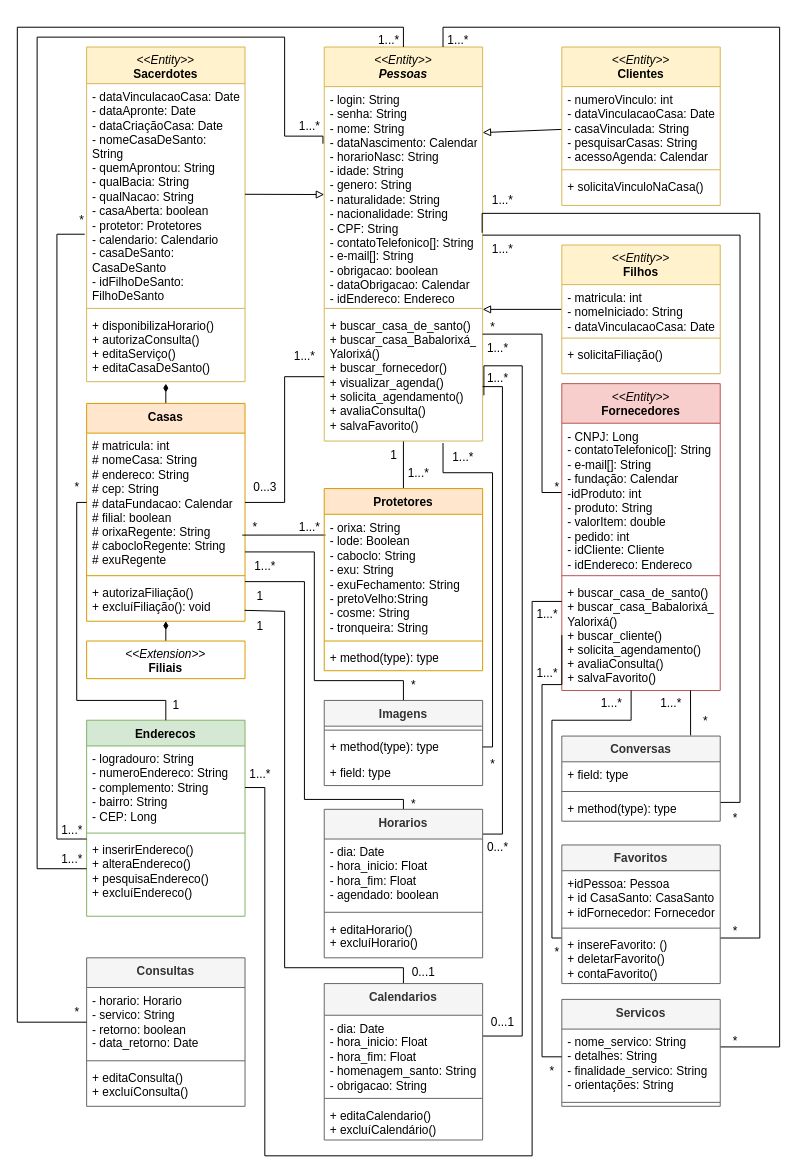
Earlier version of the draw.io diagram DiagramaDeClasseSarava.drawio (AlexCarvalhovisk/sarava). Source tidied: cells renumbered, new cells numbered last; positions are measured from the earlier drawing's top-left corner, leaving out a move shared by most shapes. Both pictures are drawn from the tidied source at 99%, with x=0, y=0 at pixel (17, 25).
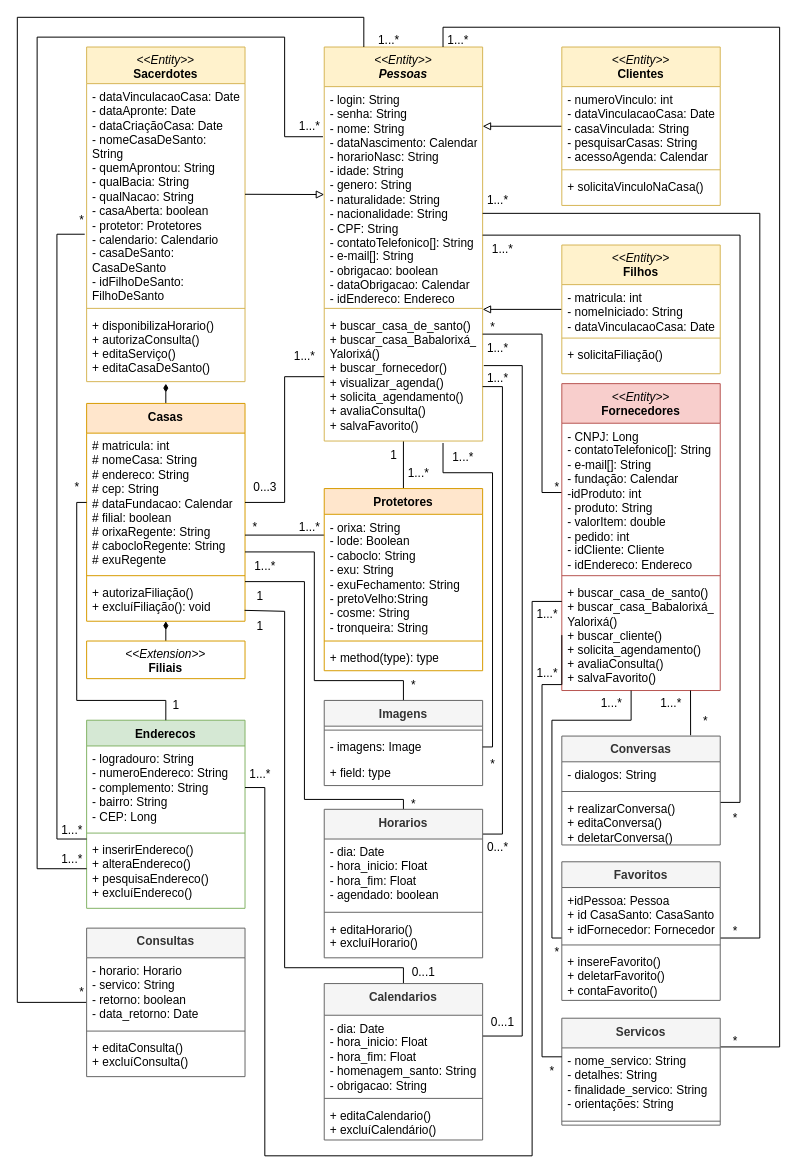
Above is the later version.

Unchanged cells that the change refers to:
```xml
<mxCell id="3" value="&lt;i style=&quot;border-color: var(--border-color); font-weight: 400;&quot;&gt;&amp;lt;&amp;lt;Entity&amp;gt;&amp;gt;&lt;/i&gt;&lt;br&gt;&lt;i&gt;Pessoas&lt;/i&gt;" style="swimlane;fontStyle=1;align=center;verticalAlign=top;horizontal=1;startSize=40;whiteSpace=wrap;html=1;fillColor=#fff2cc;strokeColor=#d6b656;" parent="1" vertex="1">
  <mxGeometry x="310" y="22" width="160" height="398" as="geometry" />
</mxCell>
<mxCell id="4" value="- login: String&lt;br&gt;- senha: String&lt;br&gt;- nome: String&lt;br&gt;- dataNascimento: Calendar&lt;br&gt;- horarioNasc: String&lt;br&gt;- idade: String&lt;br&gt;- genero: String&lt;br&gt;- naturalidade: String&lt;br&gt;- nacionalidade: String&lt;br&gt;- CPF: String&lt;br&gt;- contatoTelefonico[]: String&lt;br&gt;- e-mail[]: String&lt;br&gt;- obrigacao: boolean&lt;br&gt;- dataObrigacao: Calendar&lt;br&gt;- idEndereco: Endereco" style="text;strokeColor=none;fillColor=none;align=left;verticalAlign=top;spacingLeft=4;spacingRight=4;overflow=hidden;points=[[0,0.5],[1,0.5]];portConstraint=eastwest;whiteSpace=wrap;html=1;" parent="3" vertex="1">
  <mxGeometry y="40" width="160" height="220" as="geometry" />
</mxCell>
<mxCell id="6" value="+ buscar_casa_de_santo()&lt;br&gt;+ buscar_casa_Babalorixá_&lt;br&gt;Yalorixá()&lt;br&gt;+ buscar_fornecedor()&lt;br&gt;+ visualizar_agenda()&lt;br&gt;+ solicita_agendamento()&lt;br&gt;+ avaliaConsulta()&lt;br&gt;+ salvaFavorito()" style="text;strokeColor=none;fillColor=none;align=left;verticalAlign=top;spacingLeft=4;spacingRight=4;overflow=hidden;points=[[0,0.5],[1,0.5]];portConstraint=eastwest;whiteSpace=wrap;html=1;" parent="3" vertex="1">
  <mxGeometry y="268" width="160" height="130" as="geometry" />
</mxCell>
<mxCell id="13" value="&lt;i style=&quot;border-color: var(--border-color); font-weight: 400;&quot;&gt;&amp;lt;&amp;lt;Entity&amp;gt;&amp;gt;&lt;/i&gt;&lt;br&gt;Clientes" style="swimlane;fontStyle=1;align=center;verticalAlign=top;horizontal=1;startSize=40;whiteSpace=wrap;html=1;fillColor=#fff2cc;strokeColor=#d6b656;" parent="1" vertex="1">
  <mxGeometry x="550" y="22" width="160" height="160" as="geometry" />
</mxCell>
<mxCell id="40" value="- horario: Horario&lt;br&gt;- servico: String&lt;br&gt;- retorno: boolean&lt;br&gt;- data_retorno: Date" style="text;strokeColor=none;fillColor=none;align=left;verticalAlign=top;spacingLeft=4;spacingRight=4;overflow=hidden;points=[[0,0.5],[1,0.5]];portConstraint=eastwest;whiteSpace=wrap;html=1;" parent="39" vertex="1">
  <mxGeometry y="30" width="160" height="70" as="geometry" />
</mxCell>
<mxCell id="45" value="Calendarios" style="swimlane;fontStyle=1;align=center;verticalAlign=top;horizontal=1;startSize=32;whiteSpace=wrap;html=1;fillColor=#f5f5f5;fontColor=#333333;strokeColor=#666666;" parent="1" vertex="1">
  <mxGeometry x="310" y="968" width="160" height="158" as="geometry" />
</mxCell>
<mxCell id="59" value="- orixa: String&lt;br&gt;- lode: Boolean&lt;br style=&quot;border-color: var(--border-color);&quot;&gt;- caboclo: String&lt;br style=&quot;border-color: var(--border-color);&quot;&gt;- exu: String&lt;br style=&quot;border-color: var(--border-color);&quot;&gt;- exuFechamento: String&lt;br style=&quot;border-color: var(--border-color);&quot;&gt;- pretoVelho:String&lt;br style=&quot;border-color: var(--border-color);&quot;&gt;- cosme: String&lt;br style=&quot;border-color: var(--border-color);&quot;&gt;- tronqueira: String" style="text;strokeColor=none;fillColor=none;align=left;verticalAlign=top;spacingLeft=4;spacingRight=4;overflow=hidden;points=[[0,0.5],[1,0.5]];portConstraint=eastwest;whiteSpace=wrap;html=1;" parent="58" vertex="1">
  <mxGeometry y="26" width="160" height="124" as="geometry" />
</mxCell>
<mxCell id="75" value="Imagens" style="swimlane;fontStyle=1;align=center;verticalAlign=top;horizontal=1;startSize=26;whiteSpace=wrap;html=1;fillColor=#f5f5f5;fontColor=#333333;strokeColor=#666666;" parent="1" vertex="1">
  <mxGeometry x="310" y="682" width="160" height="86" as="geometry" />
</mxCell>
<mxCell id="114" value="1...*" style="text;html=1;align=center;verticalAlign=middle;points=[];strokeColor=none;fillColor=none;" parent="1" vertex="1">
  <mxGeometry x="465" y="342" width="40" height="30" as="geometry" />
</mxCell>
<mxCell id="126" value="*" style="text;html=1;align=center;verticalAlign=middle;points=[];strokeColor=none;fillColor=none;" parent="1" vertex="1">
  <mxGeometry x="225" y="492" width="30" height="30" as="geometry" />
</mxCell>
```

The edit, as a diff of the source:
```diff
@@
-    <mxCell id="12" style="rounded=0;jettySize=auto;html=1;entryX=1;entryY=0.211;entryDx=0;entryDy=0;entryPerimeter=0;endArrow=block;endFill=0;" parent="1" edge="1" source="13" target="4">
+    <mxCell id="12" style="rounded=0;jettySize=auto;html=1;entryX=1;entryY=0.182;entryDx=0;entryDy=0;entryPerimeter=0;endArrow=block;endFill=0;" parent="1" edge="1" source="13" target="4">
       <mxGeometry relative="1" as="geometry" />
     </mxCell>
@@
+    <mxCell id="130" style="edgeStyle=orthogonalEdgeStyle;rounded=0;jettySize=auto;html=1;entryX=0.25;entryY=0;entryDx=0;entryDy=0;endArrow=none;endFill=0;" parent="1" edge="1" source="39" target="3">
+      <mxGeometry relative="1" as="geometry">
+        <Array as="points">
+          <mxPoint y="987" />
+          <mxPoint y="-8" />
+          <mxPoint x="350" y="-8" />
+        </Array>
+      </mxGeometry>
+    </mxCell>
     <mxCell id="39" value="Consultas" style="swimlane;fontStyle=1;align=center;verticalAlign=top;horizontal=1;startSize=30;whiteSpace=wrap;html=1;fillColor=#f5f5f5;fontColor=#333333;strokeColor=#666666;" parent="1" vertex="1">
-      <mxGeometry x="70" y="942" width="160" height="150" as="geometry" />
+      <mxGeometry x="70" y="912" width="160" height="150" as="geometry" />
     </mxCell>
@@
-    <mxCell id="44" style="edgeStyle=orthogonalEdgeStyle;rounded=0;jettySize=auto;html=1;entryX=1.008;entryY=0.645;entryDx=0;entryDy=0;entryPerimeter=0;endArrow=none;endFill=0;" parent="1" edge="1" source="45" target="6">
+    <mxCell id="44" style="edgeStyle=orthogonalEdgeStyle;rounded=0;jettySize=auto;html=1;entryX=0.155;entryY=0.06;entryDx=0;entryDy=0;entryPerimeter=0;endArrow=none;endFill=0;" parent="1" edge="1" source="45" target="114">
       <mxGeometry relative="1" as="geometry">
         <Array as="points">
           <mxPoint x="510" y="1021" />
           <mxPoint x="510" y="344" />
         </Array>
       </mxGeometry>
     </mxCell>
@@
     <mxCell id="50" value="Servicos" style="swimlane;fontStyle=1;align=center;verticalAlign=top;horizontal=1;startSize=30;whiteSpace=wrap;html=1;fillColor=#f5f5f5;fontColor=#333333;strokeColor=#666666;" parent="1" vertex="1">
-      <mxGeometry x="550" y="984" width="160" height="108" as="geometry" />
+      <mxGeometry x="550" y="1003" width="160" height="108" as="geometry" />
     </mxCell>
@@
     <mxCell id="53" value="Enderecos" style="swimlane;fontStyle=1;align=center;verticalAlign=top;horizontal=1;startSize=26;whiteSpace=wrap;html=1;fillColor=#d5e8d4;strokeColor=#82b366;" parent="1" vertex="1">
-      <mxGeometry x="70" y="702" width="160" height="198" as="geometry" />
+      <mxGeometry x="70" y="702" width="160" height="190" as="geometry" />
     </mxCell>
@@
     <mxCell id="56" value="+ inserirEndereco()&lt;br&gt;+ alteraEndereco()&lt;br&gt;+ pesquisaEndereco()&lt;br&gt;+ excluíEndereco()" style="text;strokeColor=none;fillColor=none;align=left;verticalAlign=top;spacingLeft=4;spacingRight=4;overflow=hidden;points=[[0,0.5],[1,0.5]];portConstraint=eastwest;whiteSpace=wrap;html=1;" parent="53" vertex="1">
-      <mxGeometry y="118" width="160" height="80" as="geometry" />
+      <mxGeometry y="118" width="160" height="72" as="geometry" />
     </mxCell>
-    <mxCell id="57" style="rounded=0;jettySize=auto;html=1;endArrow=none;endFill=0;exitX=0.008;exitY=0.169;exitDx=0;exitDy=0;exitPerimeter=0;entryX=0.073;entryY=0.767;entryDx=0;entryDy=0;entryPerimeter=0;" parent="1" edge="1" source="59" target="126">
-      <mxGeometry relative="1" as="geometry" />
+    <mxCell id="57" style="rounded=0;orthogonalLoop=1;jettySize=auto;html=1;endArrow=none;endFill=0;" parent="1" edge="1">
+      <mxGeometry relative="1" as="geometry">
+        <mxPoint x="310" y="515" as="sourcePoint" />
+        <mxPoint x="230" y="515" as="targetPoint" />
+      </mxGeometry>
     </mxCell>
@@
     <mxCell id="64" value="Conversas" style="swimlane;fontStyle=1;align=center;verticalAlign=top;horizontal=1;startSize=26;whiteSpace=wrap;html=1;fillColor=#f5f5f5;fontColor=#333333;strokeColor=#666666;" parent="1" vertex="1">
-      <mxGeometry x="550" y="718" width="160" height="86" as="geometry" />
+      <mxGeometry x="550" y="718" width="160" height="110" as="geometry" />
     </mxCell>
-    <mxCell id="65" value="+ field: type" style="text;strokeColor=none;fillColor=none;align=left;verticalAlign=top;spacingLeft=4;spacingRight=4;overflow=hidden;whiteSpace=wrap;html=1;" parent="64" vertex="1">
+    <mxCell id="65" value="- dialogos: String" style="text;strokeColor=none;fillColor=none;align=left;verticalAlign=top;spacingLeft=4;spacingRight=4;overflow=hidden;whiteSpace=wrap;html=1;" parent="64" vertex="1">
       <mxGeometry y="26" width="160" height="26" as="geometry" />
     </mxCell>
@@
-    <mxCell id="67" value="+ method(type): type" style="text;strokeColor=none;fillColor=none;align=left;verticalAlign=top;spacingLeft=4;spacingRight=4;overflow=hidden;whiteSpace=wrap;html=1;" parent="64" vertex="1">
-      <mxGeometry y="60" width="160" height="26" as="geometry" />
+    <mxCell id="67" value="+ realizarConversa()&lt;br&gt;+ editaConversa()&lt;br&gt;+ deletarConversa()" style="text;strokeColor=none;fillColor=none;align=left;verticalAlign=top;spacingLeft=4;spacingRight=4;overflow=hidden;whiteSpace=wrap;html=1;" parent="64" vertex="1">
+      <mxGeometry y="60" width="160" height="50" as="geometry" />
     </mxCell>
-    <mxCell id="68" style="edgeStyle=orthogonalEdgeStyle;rounded=0;jettySize=auto;html=1;entryX=0.997;entryY=0.671;entryDx=0;entryDy=0;entryPerimeter=0;endArrow=none;endFill=0;" parent="1" edge="1" source="70" target="4">
+    <mxCell id="68" style="edgeStyle=orthogonalEdgeStyle;rounded=0;jettySize=auto;html=1;endArrow=none;endFill=0;" parent="1" edge="1" source="70">
       <mxGeometry relative="1" as="geometry">
+        <mxPoint x="470" y="190" as="targetPoint" />
         <Array as="points">
           <mxPoint x="750" y="922" />
           <mxPoint x="750" y="190" />
+          <mxPoint x="470" y="190" />
         </Array>
       </mxGeometry>
     </mxCell>
@@
     <mxCell id="70" value="Favoritos" style="swimlane;fontStyle=1;align=center;verticalAlign=top;horizontal=1;startSize=26;whiteSpace=wrap;html=1;fillColor=#f5f5f5;fontColor=#333333;strokeColor=#666666;" parent="1" vertex="1">
-      <mxGeometry x="550" y="828" width="160" height="140" as="geometry" />
+      <mxGeometry x="550" y="845" width="160" height="140" as="geometry" />
     </mxCell>
@@
-    <mxCell id="73" value="+ insereFavorito: ()&lt;br&gt;+ deletarFavorito()&lt;br&gt;+ contaFavorito()" style="text;strokeColor=none;fillColor=none;align=left;verticalAlign=top;spacingLeft=4;spacingRight=4;overflow=hidden;whiteSpace=wrap;html=1;" parent="70" vertex="1">
+    <mxCell id="73" value="+ insereFavorito()&lt;br&gt;+ deletarFavorito()&lt;br&gt;+ contaFavorito()" style="text;strokeColor=none;fillColor=none;align=left;verticalAlign=top;spacingLeft=4;spacingRight=4;overflow=hidden;whiteSpace=wrap;html=1;" parent="70" vertex="1">
       <mxGeometry y="88" width="160" height="52" as="geometry" />
     </mxCell>
@@
-    <mxCell id="77" value="+ method(type): type" style="text;strokeColor=none;fillColor=none;align=left;verticalAlign=top;spacingLeft=4;spacingRight=4;overflow=hidden;points=[[0,0.5],[1,0.5]];portConstraint=eastwest;whiteSpace=wrap;html=1;" parent="75" vertex="1">
+    <mxCell id="77" value="- imagens: Image" style="text;strokeColor=none;fillColor=none;align=left;verticalAlign=top;spacingLeft=4;spacingRight=4;overflow=hidden;points=[[0,0.5],[1,0.5]];portConstraint=eastwest;whiteSpace=wrap;html=1;" parent="75" vertex="1">
       <mxGeometry y="34" width="160" height="26" as="geometry" />
     </mxCell>
@@
     <mxCell id="87" value="1...*" style="text;html=1;align=center;verticalAlign=middle;strokeColor=none;fillColor=none;" parent="1" vertex="1">
-      <mxGeometry x="470" y="162" width="40" height="30" as="geometry" />
+      <mxGeometry x="465" y="162" width="40" height="30" as="geometry" />
     </mxCell>
@@
-    <mxCell id="91" style="edgeStyle=orthogonalEdgeStyle;rounded=0;jettySize=auto;html=1;endArrow=none;endFill=0;" parent="1" edge="1" source="40">
-      <mxGeometry relative="1" as="geometry">
-        <mxPoint x="390" y="22" as="targetPoint" />
-        <Array as="points">
-          <mxPoint y="1007" />
-          <mxPoint y="2" />
-          <mxPoint x="390" y="2" />
-        </Array>
-      </mxGeometry>
-    </mxCell>
     <mxCell id="92" value="*" style="text;html=1;align=center;verticalAlign=middle;strokeColor=none;fillColor=none;" parent="1" vertex="1">
-      <mxGeometry x="45" y="982" width="30" height="30" as="geometry" />
+      <mxGeometry x="50" y="962" width="30" height="30" as="geometry" />
     </mxCell>
@@
-    <mxCell id="127" style="edgeStyle=orthogonalEdgeStyle;rounded=0;jettySize=auto;html=1;entryX=-0.008;entryY=0.262;entryDx=0;entryDy=0;entryPerimeter=0;endArrow=none;endFill=0;" parent="1" edge="1" source="56" target="4">
+    <mxCell id="127" style="edgeStyle=orthogonalEdgeStyle;rounded=0;jettySize=auto;html=1;endArrow=none;endFill=0;entryX=-0.008;entryY=0.23;entryDx=0;entryDy=0;entryPerimeter=0;" parent="1" edge="1" source="56" target="4">
       <mxGeometry relative="1" as="geometry">
         <Array as="points">
           <mxPoint x="20" y="852" />
           <mxPoint x="20" y="12" />
           <mxPoint x="270" y="12" />
-          <mxPoint x="270" y="112" />
+          <mxPoint x="270" y="113" />
         </Array>
       </mxGeometry>
     </mxCell>
```
